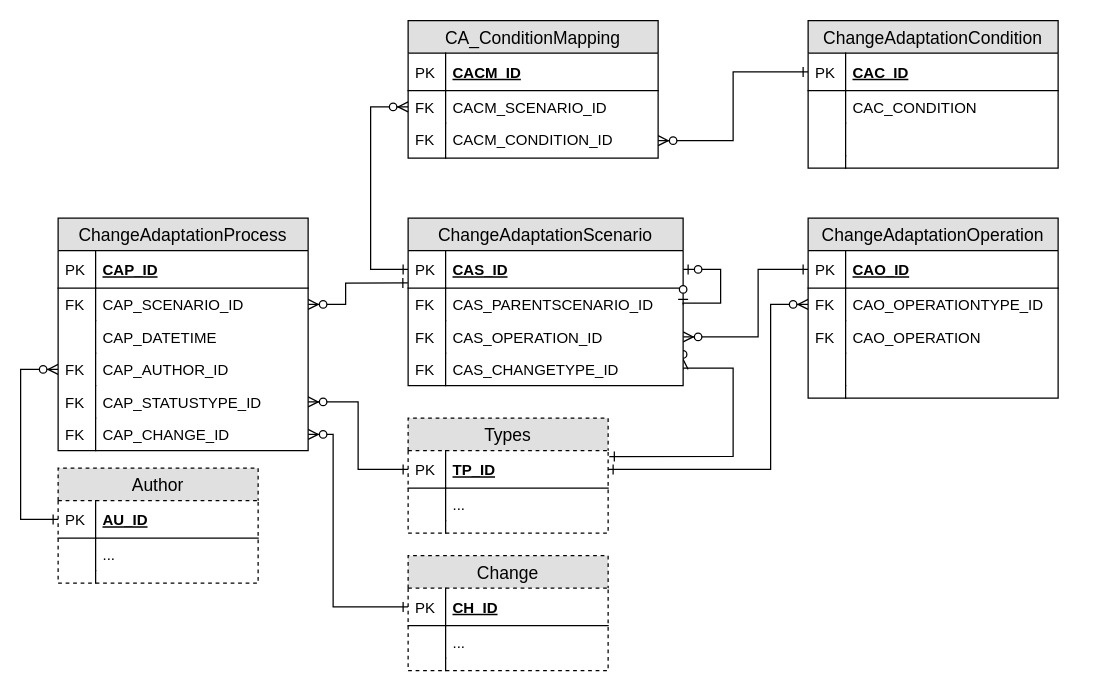
This is schema/change_adaptation_db_schema.drawio from lllauma/heterogeneous-data-integration, a draw.io file, before an edit. Source tidied: cells renumbered, new cells numbered last; positions are measured from the earlier drawing's top-left corner, leaving out a move shared by most shapes. Both pictures are drawn from the tidied source at 125%, with x=0, y=0 at pixel (20, 20).
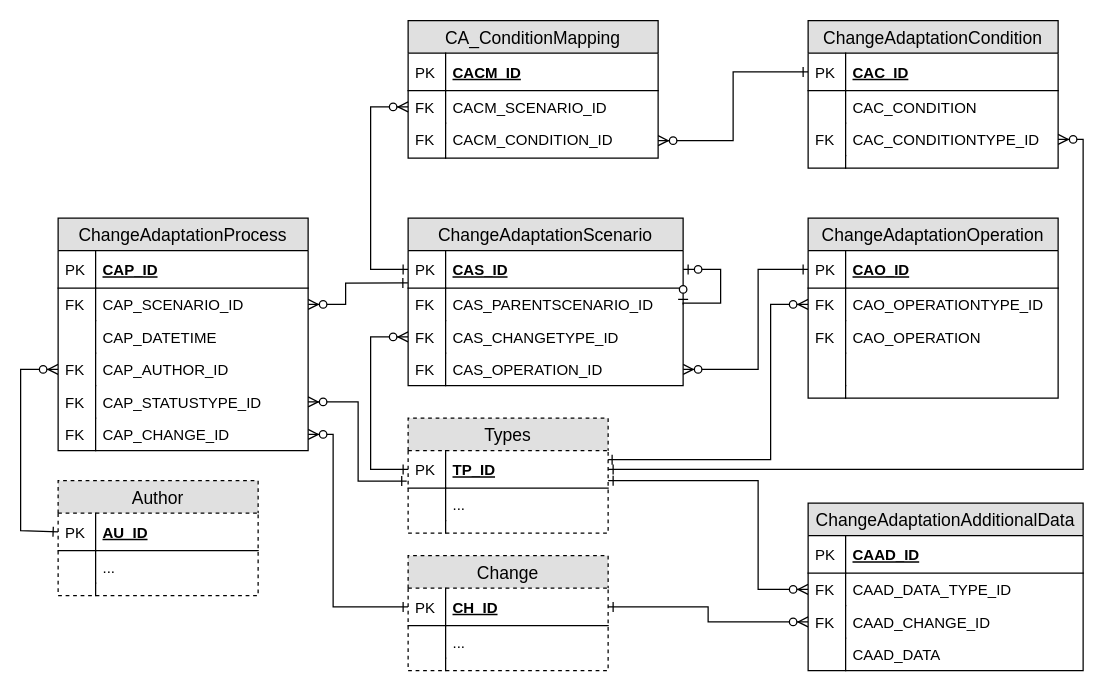
After the change.

Commit message (it also covers changes not shown here):
Change adaptation structures, procedures

The change refers to these unchanged cells:
```xml
<mxCell id="14" value="CAP_AUTHOR_ID" style="shape=partialRectangle;top=0;left=0;right=0;bottom=0;align=left;verticalAlign=top;fillColor=none;spacingLeft=34;spacingRight=4;overflow=hidden;points=[[0,0.5],[1,0.5]];portConstraint=eastwest;fontSize=12;" parent="7" vertex="1">
  <mxGeometry y="108" width="200" height="26" as="geometry" />
</mxCell>
<mxCell id="16" value="CAP_STATUSTYPE_ID" style="shape=partialRectangle;top=0;left=0;right=0;bottom=0;align=left;verticalAlign=top;fillColor=none;spacingLeft=34;spacingRight=4;overflow=hidden;points=[[0,0.5],[1,0.5]];portConstraint=eastwest;fontSize=12;" parent="7" vertex="1">
  <mxGeometry y="134" width="200" height="26" as="geometry" />
</mxCell>
<mxCell id="39" value="CAO_ID" style="shape=partialRectangle;top=0;left=0;right=0;bottom=1;align=left;verticalAlign=middle;fillColor=none;spacingLeft=34;spacingRight=4;overflow=hidden;points=[[0,0.5],[1,0.5]];portConstraint=eastwest;fontStyle=5;fontSize=12;" parent="38" vertex="1">
  <mxGeometry y="26" width="200" height="30" as="geometry" />
</mxCell>
<mxCell id="41" value="CAO_OPERATIONTYPE_ID" style="shape=partialRectangle;top=0;left=0;right=0;bottom=0;align=left;verticalAlign=top;fillColor=none;spacingLeft=34;spacingRight=4;overflow=hidden;points=[[0,0.5],[1,0.5]];portConstraint=eastwest;fontSize=12;" parent="38" vertex="1">
  <mxGeometry y="56" width="200" height="26" as="geometry" />
</mxCell>
<mxCell id="49" value="ChangeAdaptationCondition" style="swimlane;fontStyle=0;horizontal=1;startSize=26;fillColor=#e0e0e0;swimlaneFillColor=#ffffff;align=center;fontSize=14;" parent="1" vertex="1">
  <mxGeometry x="630" width="200" height="118" as="geometry" />
</mxCell>
<mxCell id="58" value="ChangeAdaptationScenario" style="swimlane;fontStyle=0;horizontal=1;startSize=26;fillColor=#e0e0e0;swimlaneFillColor=#ffffff;align=center;fontSize=14;" parent="1" vertex="1">
  <mxGeometry x="310" y="158" width="220" height="134" as="geometry" />
</mxCell>
<mxCell id="69" value="TP_ID" style="shape=partialRectangle;top=0;left=0;right=0;bottom=1;align=left;verticalAlign=middle;fillColor=none;spacingLeft=34;spacingRight=4;overflow=hidden;points=[[0,0.5],[1,0.5]];portConstraint=eastwest;fontStyle=5;fontSize=12;" parent="68" vertex="1">
  <mxGeometry y="26" width="160" height="30" as="geometry" />
</mxCell>
<mxCell id="76" value="CH_ID" style="shape=partialRectangle;top=0;left=0;right=0;bottom=1;align=left;verticalAlign=middle;fillColor=none;spacingLeft=34;spacingRight=4;overflow=hidden;points=[[0,0.5],[1,0.5]];portConstraint=eastwest;fontStyle=5;fontSize=12;" parent="75" vertex="1">
  <mxGeometry y="26" width="160" height="30" as="geometry" />
</mxCell>
```

What changed in the source:
```diff
@@
-    <mxCell id="2" style="edgeStyle=orthogonalEdgeStyle;rounded=0;jettySize=auto;html=1;exitX=0;exitY=0.5;exitDx=0;exitDy=0;startArrow=ERzeroToMany;startFill=1;endArrow=ERone;endFill=0;entryX=1;entryY=0.5;entryDx=0;entryDy=0;" parent="1" edge="1" source="41" target="69">
+    <mxCell id="2" style="edgeStyle=orthogonalEdgeStyle;rounded=0;jettySize=auto;html=1;exitX=0;exitY=0.5;exitDx=0;exitDy=0;startArrow=ERzeroToMany;startFill=1;endArrow=ERone;endFill=0;entryX=0.995;entryY=0.24;entryDx=0;entryDy=0;entryPerimeter=0;" parent="1" edge="1" source="41" target="69">
       <mxGeometry relative="1" as="geometry">
         <Array as="points">
           <mxPoint x="600" y="227" />
-          <mxPoint x="600" y="359" />
+          <mxPoint x="600" y="351" />
         </Array>
       </mxGeometry>
     </mxCell>
     <mxCell id="3" style="edgeStyle=orthogonalEdgeStyle;rounded=0;jettySize=auto;html=1;exitX=1;exitY=0.5;exitDx=0;exitDy=0;entryX=0;entryY=0.5;entryDx=0;entryDy=0;startArrow=ERzeroToMany;startFill=1;endArrow=ERone;endFill=0;" parent="1" edge="1" source="64" target="39">
       <mxGeometry relative="1" as="geometry">
         <Array as="points">
-          <mxPoint x="590" y="253" />
+          <mxPoint x="590" y="279" />
           <mxPoint x="590" y="199" />
         </Array>
       </mxGeometry>
     </mxCell>
@@
     <mxCell id="5" style="edgeStyle=orthogonalEdgeStyle;rounded=0;jettySize=auto;html=1;exitX=0;exitY=0.5;exitDx=0;exitDy=0;entryX=0;entryY=0.5;entryDx=0;entryDy=0;startArrow=ERzeroToMany;startFill=1;endArrow=ERone;endFill=0;" parent="1" edge="1" source="14" target="21">
       <mxGeometry relative="1" as="geometry">
         <Array as="points">
           <mxPoint y="279" />
-          <mxPoint y="399" />
+          <mxPoint y="408" />
         </Array>
       </mxGeometry>
     </mxCell>
@@
-    <mxCell id="20" value="Author" style="swimlane;fontStyle=0;horizontal=1;startSize=26;fillColor=#e0e0e0;swimlaneFillColor=#ffffff;align=center;fontSize=14;dashed=1;" parent="1" vertex="1">
-      <mxGeometry x="30" y="358" width="160" height="92" as="geometry" />
-    </mxCell>
-    <mxCell id="21" value="AU_ID" style="shape=partialRectangle;top=0;left=0;right=0;bottom=1;align=left;verticalAlign=middle;fillColor=none;spacingLeft=34;spacingRight=4;overflow=hidden;points=[[0,0.5],[1,0.5]];portConstraint=eastwest;fontStyle=5;fontSize=12;" parent="20" vertex="1">
-      <mxGeometry y="26" width="160" height="30" as="geometry" />
-    </mxCell>
-    <mxCell id="22" value="PK" style="shape=partialRectangle;top=0;left=0;bottom=0;fillColor=none;align=left;verticalAlign=middle;spacingLeft=4;spacingRight=4;overflow=hidden;fontSize=12;" parent="21" vertex="1">
-      <mxGeometry width="30" height="30" as="geometry" />
-    </mxCell>
-    <mxCell id="23" value="..." style="shape=partialRectangle;top=0;left=0;right=0;bottom=0;align=left;verticalAlign=top;fillColor=none;spacingLeft=34;spacingRight=4;overflow=hidden;fontSize=12;" parent="20" vertex="1">
-      <mxGeometry y="56" width="160" height="26" as="geometry" />
-    </mxCell>
-    <mxCell id="24" style="shape=partialRectangle;top=0;left=0;bottom=0;fillColor=none;align=left;verticalAlign=top;spacingLeft=4;spacingRight=4;overflow=hidden;fontSize=12;" parent="23" vertex="1">
-      <mxGeometry width="30" height="26" as="geometry" />
-    </mxCell>
-    <mxCell id="25" style="shape=partialRectangle;top=0;left=0;right=0;bottom=0;align=left;verticalAlign=top;fillColor=none;spacingLeft=34;spacingRight=4;overflow=hidden;fontSize=12;" parent="20" vertex="1">
-      <mxGeometry y="82" width="160" height="10" as="geometry" />
-    </mxCell>
-    <mxCell id="26" style="shape=partialRectangle;top=0;left=0;bottom=0;fillColor=none;align=left;verticalAlign=top;spacingLeft=4;spacingRight=4;overflow=hidden;fontSize=12;" parent="25" vertex="1">
-      <mxGeometry width="30" height="10" as="geometry" />
-    </mxCell>
-    <mxCell id="27" style="edgeStyle=orthogonalEdgeStyle;rounded=0;jettySize=auto;html=1;exitX=1;exitY=0.5;exitDx=0;exitDy=0;entryX=0;entryY=0.5;entryDx=0;entryDy=0;startArrow=ERzeroToMany;startFill=1;endArrow=ERone;endFill=0;" parent="1" edge="1" source="16" target="69">
+    <mxCell id="27" style="edgeStyle=orthogonalEdgeStyle;rounded=0;jettySize=auto;html=1;exitX=1;exitY=0.5;exitDx=0;exitDy=0;entryX=-0.007;entryY=0.812;entryDx=0;entryDy=0;startArrow=ERzeroToMany;startFill=1;endArrow=ERone;endFill=0;entryPerimeter=0;" parent="1" edge="1" source="16" target="69">
       <mxGeometry relative="1" as="geometry">
         <Array as="points">
           <mxPoint x="270" y="305" />
-          <mxPoint x="270" y="359" />
+          <mxPoint x="270" y="368" />
         </Array>
       </mxGeometry>
     </mxCell>
-    <mxCell id="28" style="edgeStyle=orthogonalEdgeStyle;rounded=0;jettySize=auto;html=1;entryX=1.006;entryY=0.157;entryDx=0;entryDy=0;startArrow=ERzeroToMany;startFill=1;endArrow=ERone;endFill=0;entryPerimeter=0;exitX=1;exitY=0.5;exitDx=0;exitDy=0;" parent="1" edge="1" source="66" target="69">
+    <mxCell id="28" style="edgeStyle=orthogonalEdgeStyle;rounded=0;jettySize=auto;html=1;entryX=0;entryY=0.5;entryDx=0;entryDy=0;startArrow=ERzeroToMany;startFill=1;endArrow=ERone;endFill=0;exitX=0;exitY=0.5;exitDx=0;exitDy=0;" parent="1" edge="1" source="66" target="69">
       <mxGeometry relative="1" as="geometry">
         <Array as="points">
-          <mxPoint x="570" y="278" />
-          <mxPoint x="570" y="349" />
+          <mxPoint x="280" y="253" />
+          <mxPoint x="280" y="359" />
         </Array>
       </mxGeometry>
     </mxCell>
@@
-    <mxCell id="54" style="shape=partialRectangle;top=0;left=0;right=0;bottom=0;align=left;verticalAlign=top;fillColor=none;spacingLeft=34;spacingRight=4;overflow=hidden;points=[[0,0.5],[1,0.5]];portConstraint=eastwest;fontSize=12;" parent="49" vertex="1">
+    <mxCell id="54" value="CAC_CONDITIONTYPE_ID" style="shape=partialRectangle;top=0;left=0;right=0;bottom=0;align=left;verticalAlign=top;fillColor=none;spacingLeft=34;spacingRight=4;overflow=hidden;points=[[0,0.5],[1,0.5]];portConstraint=eastwest;fontSize=12;" parent="49" vertex="1">
       <mxGeometry y="82" width="200" height="26" as="geometry" />
     </mxCell>
-    <mxCell id="55" style="shape=partialRectangle;top=0;left=0;bottom=0;fillColor=none;align=left;verticalAlign=top;spacingLeft=4;spacingRight=4;overflow=hidden;fontSize=12;" parent="54" vertex="1">
+    <mxCell id="55" value="FK" style="shape=partialRectangle;top=0;left=0;bottom=0;fillColor=none;align=left;verticalAlign=top;spacingLeft=4;spacingRight=4;overflow=hidden;fontSize=12;" parent="54" vertex="1">
       <mxGeometry width="30" height="26" as="geometry" />
     </mxCell>
@@
+    <mxCell id="66" value="CAS_CHANGETYPE_ID" style="shape=partialRectangle;top=0;left=0;right=0;bottom=0;align=left;verticalAlign=top;fillColor=none;spacingLeft=34;spacingRight=4;overflow=hidden;points=[[0,0.5],[1,0.5]];portConstraint=eastwest;fontSize=12;" parent="58" vertex="1">
+      <mxGeometry y="82" width="220" height="26" as="geometry" />
+    </mxCell>
+    <mxCell id="67" value="FK" style="shape=partialRectangle;top=0;left=0;bottom=0;fillColor=none;align=left;verticalAlign=top;spacingLeft=4;spacingRight=4;overflow=hidden;fontSize=12;" parent="66" vertex="1">
+      <mxGeometry width="30" height="26" as="geometry" />
+    </mxCell>
     <mxCell id="64" value="CAS_OPERATION_ID" style="shape=partialRectangle;top=0;left=0;right=0;bottom=0;align=left;verticalAlign=top;fillColor=none;spacingLeft=34;spacingRight=4;overflow=hidden;points=[[0,0.5],[1,0.5]];portConstraint=eastwest;fontSize=12;" parent="58" vertex="1">
-      <mxGeometry y="82" width="220" height="26" as="geometry" />
+      <mxGeometry y="108" width="220" height="26" as="geometry" />
     </mxCell>
@@
-    <mxCell id="66" value="CAS_CHANGETYPE_ID" style="shape=partialRectangle;top=0;left=0;right=0;bottom=0;align=left;verticalAlign=top;fillColor=none;spacingLeft=34;spacingRight=4;overflow=hidden;points=[[0,0.5],[1,0.5]];portConstraint=eastwest;fontSize=12;" parent="58" vertex="1">
-      <mxGeometry y="108" width="220" height="26" as="geometry" />
-    </mxCell>
-    <mxCell id="67" value="FK" style="shape=partialRectangle;top=0;left=0;bottom=0;fillColor=none;align=left;verticalAlign=top;spacingLeft=4;spacingRight=4;overflow=hidden;fontSize=12;" parent="66" vertex="1">
-      <mxGeometry width="30" height="26" as="geometry" />
-    </mxCell>
@@
+    <mxCell id="20" value="Author" style="swimlane;fontStyle=0;horizontal=1;startSize=26;fillColor=#e0e0e0;swimlaneFillColor=#ffffff;align=center;fontSize=14;dashed=1;" parent="1" vertex="1">
+      <mxGeometry x="30" y="368" width="160" height="92" as="geometry" />
+    </mxCell>
+    <mxCell id="21" value="AU_ID" style="shape=partialRectangle;top=0;left=0;right=0;bottom=1;align=left;verticalAlign=middle;fillColor=none;spacingLeft=34;spacingRight=4;overflow=hidden;points=[[0,0.5],[1,0.5]];portConstraint=eastwest;fontStyle=5;fontSize=12;" parent="20" vertex="1">
+      <mxGeometry y="26" width="160" height="30" as="geometry" />
+    </mxCell>
+    <mxCell id="22" value="PK" style="shape=partialRectangle;top=0;left=0;bottom=0;fillColor=none;align=left;verticalAlign=middle;spacingLeft=4;spacingRight=4;overflow=hidden;fontSize=12;" parent="21" vertex="1">
+      <mxGeometry width="30" height="30" as="geometry" />
+    </mxCell>
+    <mxCell id="23" value="..." style="shape=partialRectangle;top=0;left=0;right=0;bottom=0;align=left;verticalAlign=top;fillColor=none;spacingLeft=34;spacingRight=4;overflow=hidden;fontSize=12;" parent="20" vertex="1">
+      <mxGeometry y="56" width="160" height="26" as="geometry" />
+    </mxCell>
+    <mxCell id="24" style="shape=partialRectangle;top=0;left=0;bottom=0;fillColor=none;align=left;verticalAlign=top;spacingLeft=4;spacingRight=4;overflow=hidden;fontSize=12;" parent="23" vertex="1">
+      <mxGeometry width="30" height="26" as="geometry" />
+    </mxCell>
+    <mxCell id="25" style="shape=partialRectangle;top=0;left=0;right=0;bottom=0;align=left;verticalAlign=top;fillColor=none;spacingLeft=34;spacingRight=4;overflow=hidden;fontSize=12;" parent="20" vertex="1">
+      <mxGeometry y="82" width="160" height="10" as="geometry" />
+    </mxCell>
+    <mxCell id="26" style="shape=partialRectangle;top=0;left=0;bottom=0;fillColor=none;align=left;verticalAlign=top;spacingLeft=4;spacingRight=4;overflow=hidden;fontSize=12;" parent="25" vertex="1">
+      <mxGeometry width="30" height="10" as="geometry" />
+    </mxCell>
+    <mxCell id="82" style="edgeStyle=orthogonalEdgeStyle;rounded=0;jettySize=auto;html=1;exitX=0;exitY=0.5;exitDx=0;exitDy=0;entryX=1;entryY=0.5;entryDx=0;entryDy=0;startArrow=ERzeroToMany;startFill=1;endArrow=ERone;endFill=0;" parent="1" edge="1" source="90" target="76">
+      <mxGeometry relative="1" as="geometry" />
+    </mxCell>
+    <mxCell id="83" style="edgeStyle=orthogonalEdgeStyle;rounded=0;jettySize=auto;html=1;exitX=0;exitY=0.5;exitDx=0;exitDy=0;entryX=1;entryY=0.8;entryDx=0;entryDy=0;entryPerimeter=0;startArrow=ERzeroToMany;startFill=1;endArrow=ERone;endFill=0;" parent="1" edge="1" source="88" target="69">
+      <mxGeometry relative="1" as="geometry">
+        <Array as="points">
+          <mxPoint x="590" y="455" />
+          <mxPoint x="590" y="368" />
+        </Array>
+      </mxGeometry>
+    </mxCell>
+    <mxCell id="84" style="edgeStyle=orthogonalEdgeStyle;rounded=0;jettySize=auto;html=1;exitX=1;exitY=0.5;exitDx=0;exitDy=0;entryX=1;entryY=0.5;entryDx=0;entryDy=0;startArrow=ERzeroToMany;startFill=1;endArrow=ERone;endFill=0;" parent="1" edge="1" source="54" target="69">
+      <mxGeometry relative="1" as="geometry" />
+    </mxCell>
+    <mxCell id="85" value="ChangeAdaptationAdditionalData" style="swimlane;fontStyle=0;horizontal=1;startSize=26;fillColor=#e0e0e0;swimlaneFillColor=#ffffff;align=center;fontSize=14;" parent="1" vertex="1">
+      <mxGeometry x="630" y="386" width="220" height="134" as="geometry" />
+    </mxCell>
+    <mxCell id="86" value="CAAD_ID" style="shape=partialRectangle;top=0;left=0;right=0;bottom=1;align=left;verticalAlign=middle;fillColor=none;spacingLeft=34;spacingRight=4;overflow=hidden;fontStyle=5;fontSize=12;" parent="85" vertex="1">
+      <mxGeometry y="26" width="220" height="30" as="geometry" />
+    </mxCell>
+    <mxCell id="87" value="PK" style="shape=partialRectangle;top=0;left=0;bottom=0;fillColor=none;align=left;verticalAlign=middle;spacingLeft=4;spacingRight=4;overflow=hidden;fontSize=12;" parent="86" vertex="1">
+      <mxGeometry width="30" height="30" as="geometry" />
+    </mxCell>
+    <mxCell id="88" value="CAAD_DATA_TYPE_ID" style="shape=partialRectangle;top=0;left=0;right=0;bottom=0;align=left;verticalAlign=top;fillColor=none;spacingLeft=34;spacingRight=4;overflow=hidden;points=[[0,0.5],[1,0.5]];portConstraint=eastwest;fontSize=12;" parent="85" vertex="1">
+      <mxGeometry y="56" width="220" height="26" as="geometry" />
+    </mxCell>
+    <mxCell id="89" value="FK" style="shape=partialRectangle;top=0;left=0;bottom=0;fillColor=none;align=left;verticalAlign=top;spacingLeft=4;spacingRight=4;overflow=hidden;fontSize=12;" parent="88" vertex="1">
+      <mxGeometry width="30" height="26" as="geometry" />
+    </mxCell>
+    <mxCell id="90" value="CAAD_CHANGE_ID" style="shape=partialRectangle;top=0;left=0;right=0;bottom=0;align=left;verticalAlign=top;fillColor=none;spacingLeft=34;spacingRight=4;overflow=hidden;points=[[0,0.5],[1,0.5]];portConstraint=eastwest;fontSize=12;" parent="85" vertex="1">
+      <mxGeometry y="82" width="220" height="26" as="geometry" />
+    </mxCell>
+    <mxCell id="91" value="FK" style="shape=partialRectangle;top=0;left=0;bottom=0;fillColor=none;align=left;verticalAlign=top;spacingLeft=4;spacingRight=4;overflow=hidden;fontSize=12;" parent="90" vertex="1">
+      <mxGeometry width="30" height="26" as="geometry" />
+    </mxCell>
+    <mxCell id="92" value="CAAD_DATA" style="shape=partialRectangle;top=0;left=0;right=0;bottom=0;align=left;verticalAlign=top;fillColor=none;spacingLeft=34;spacingRight=4;overflow=hidden;fontSize=12;" parent="85" vertex="1">
+      <mxGeometry y="108" width="220" height="26" as="geometry" />
+    </mxCell>
+    <mxCell id="93" style="shape=partialRectangle;top=0;left=0;bottom=0;fillColor=none;align=left;verticalAlign=top;spacingLeft=4;spacingRight=4;overflow=hidden;fontSize=12;" parent="92" vertex="1">
+      <mxGeometry width="30" height="26" as="geometry" />
+    </mxCell>
```
